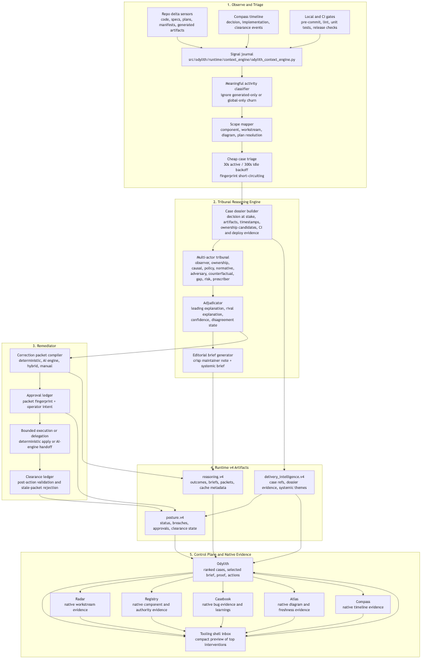
Earlier version of the Mermaid export odylith/atlas/source/odylith-delivery-governance-topology.png (odylith/odylith). Its source is kept beside it as odylith/atlas/source/odylith-delivery-governance-topology.mmd.
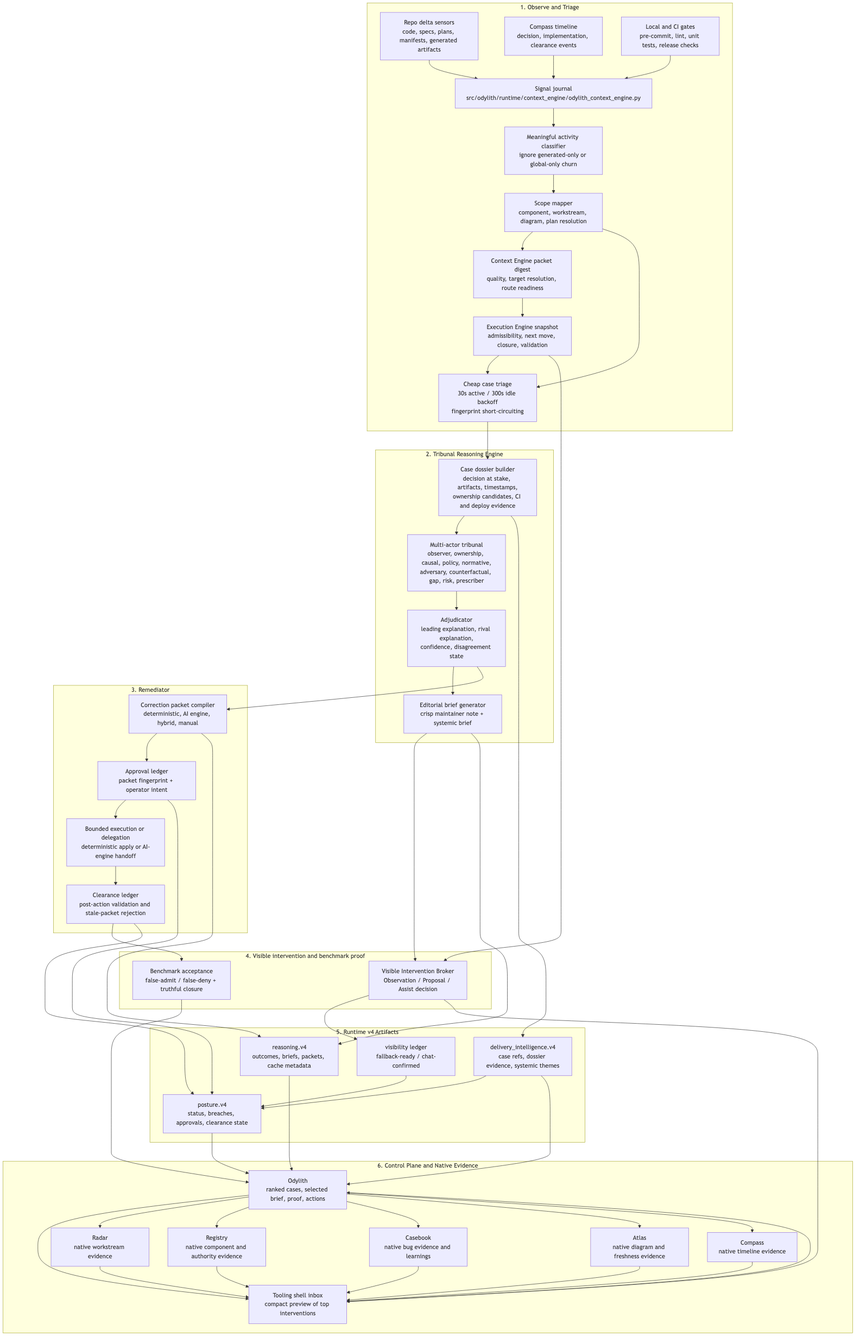
Above is the later version.

The edit, as a diff of the source:
```diff
@@ -6,6 +6,8 @@
     SignalLog["Signal journal<br/>src/odylith/runtime/context_engine/odylith_context_engine.py"]
     Classifier["Meaningful activity classifier<br/>ignore generated-only or global-only churn"]
     Mapper["Scope mapper<br/>component, workstream, diagram, plan resolution"]
+    ContextPacket["Context Engine packet digest<br/>quality, target resolution, route readiness"]
+    ExecutionSnapshot["Execution Engine snapshot<br/>admissibility, next move, closure, validation"]
     Triage["Cheap case triage<br/>30s active / 300s idle backoff<br/>fingerprint short-circuiting"]
   end
 
@@ -23,13 +25,19 @@
     Clearance["Clearance ledger<br/>post-action validation and stale-packet rejection"]
   end
 
-  subgraph Runtime["4. Runtime v4 Artifacts"]
+  subgraph Visibility["4. Visible intervention and benchmark proof"]
+    Broker["Visible Intervention Broker<br/>Observation / Proposal / Assist decision"]
+    Benchmark["Benchmark acceptance<br/>false-admit / false-deny + truthful closure"]
+  end
+
+  subgraph Runtime["5. Runtime v4 Artifacts"]
     Delivery["delivery_intelligence.v4<br/>case refs, dossier evidence, systemic themes"]
     Reasoning["reasoning.v4<br/>outcomes, briefs, packets, cache metadata"]
     Posture["posture.v4<br/>status, breaches, approvals, clearance state"]
+    VisibilityLedger["visibility ledger<br/>fallback-ready / chat-confirmed"]
   end
 
-  subgraph Surfaces["5. Control Plane and Native Evidence"]
+  subgraph Surfaces["6. Control Plane and Native Evidence"]
     Odylith["Odylith<br/>ranked cases, selected brief, proof, actions"]
     Shell["Tooling shell inbox<br/>compact preview of top interventions"]
     Radar["Radar<br/>native workstream evidence"]
@@ -44,7 +52,10 @@
   Gates --> SignalLog
   SignalLog --> Classifier
   Classifier --> Mapper
+  Mapper --> ContextPacket
+  ContextPacket --> ExecutionSnapshot
   Mapper --> Triage
+  ExecutionSnapshot --> Triage
   Triage --> Dossier
 
   Dossier --> Actors
@@ -54,6 +65,10 @@
   Packets --> Approval
   Approval --> Execution
   Execution --> Clearance
+  Editor --> Broker
+  ExecutionSnapshot --> Broker
+  Clearance --> Benchmark
+  Broker --> VisibilityLedger
 
   Dossier --> Delivery
   Editor --> Reasoning
@@ -61,10 +76,13 @@
   Approval --> Posture
   Clearance --> Posture
   Delivery --> Posture
+  VisibilityLedger --> Posture
 
   Posture --> Odylith
   Reasoning --> Odylith
   Delivery --> Odylith
+  Broker --> Shell
+  Benchmark --> Odylith
   Odylith --> Shell
 
   Radar --> Shell
```
